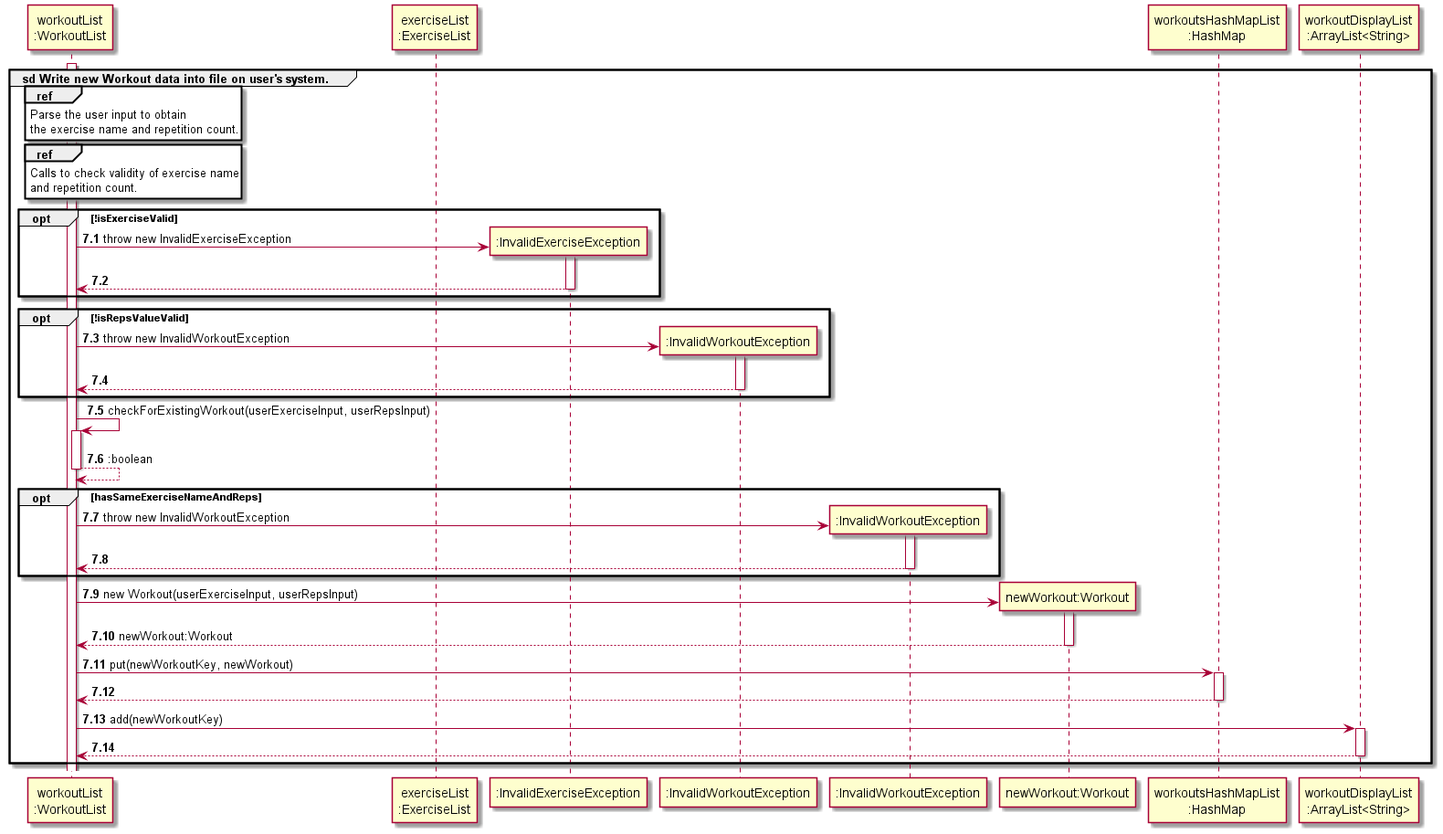
Above: docs/uml/sequenceDiagrams/images/CreateAndAddWorkout.png in nus-cs2113-AY2122S2/tp (PlantUML), before the change.
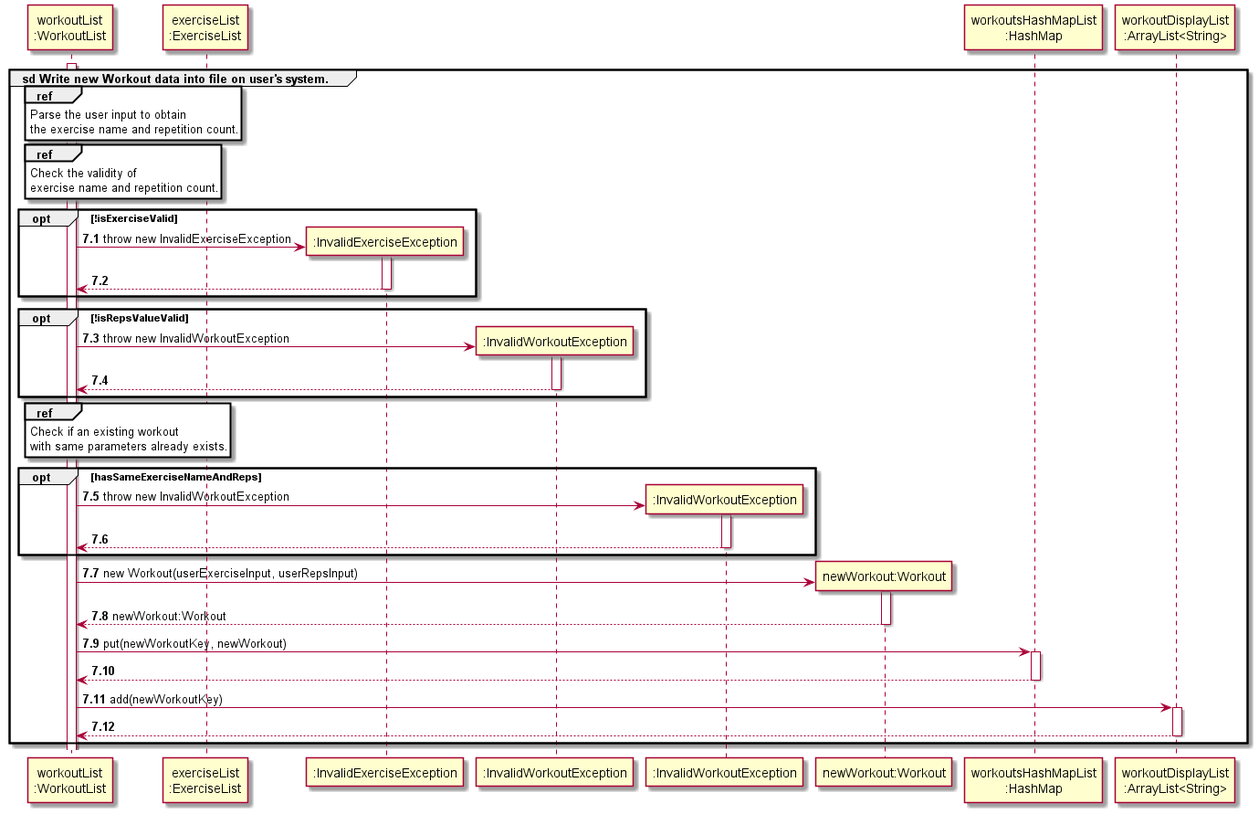
After the commit.

Commit message:
Further simplify `WorkoutList#createAndAddWorkout` sequence diagram

What changed in the source:
```diff
@@ -16,8 +16,8 @@
 end
 
 ref over wl
-Calls to check validity of exercise name
-and repetition count.
+Check the validity of
+exercise name and repetition count.
 end
 
 opt !isExerciseValid
@@ -34,9 +34,11 @@
 return
 end
 
-wl -> wl : checkForExistingWorkout(userExerciseInput, userRepsInput)
-activate wl
-return :boolean
+ref over wl
+Check if an existing workout
+with same parameters already exists.
+end
+
 
 opt hasSameExerciseNameAndReps
 create ":InvalidWorkoutException" AS iwe2
```
